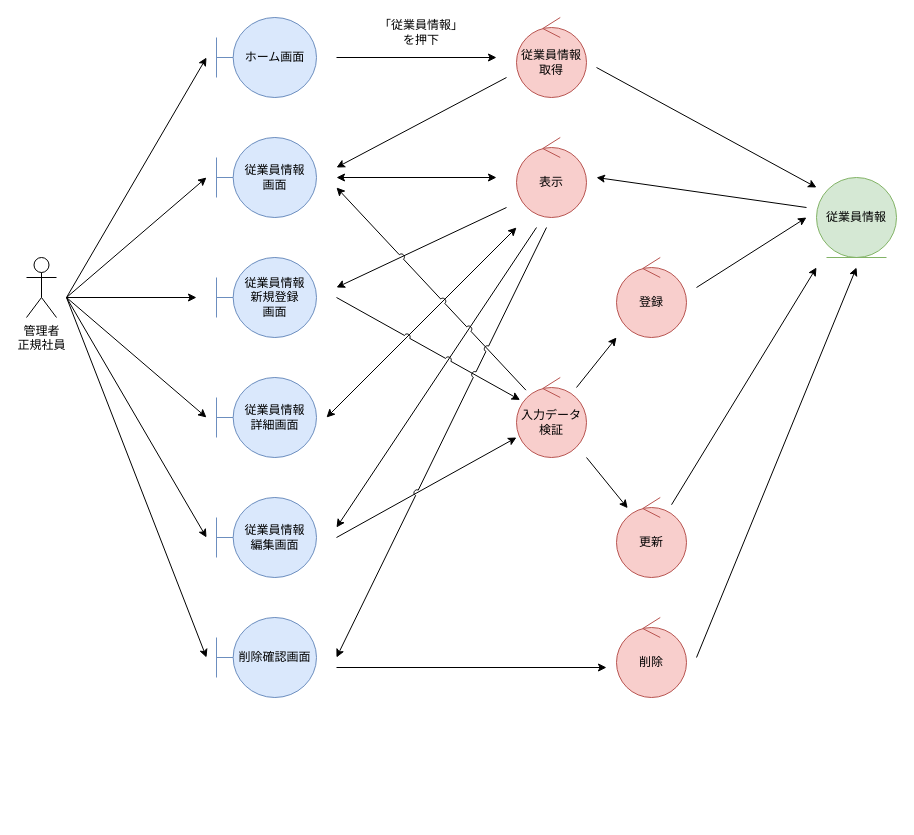
Before: page "従業員情報管理" (1 of 7) of 各種設計書/3ロバストネス図/人事管理/従業員情報管理.drawio in HaruShim/Sotuken, a draw.io diagram. Source tidied: cells renumbered, new cells numbered last; positions are measured from the earlier drawing's top-left corner, leaving out a move shared by most shapes. Both pictures are drawn from the tidied source at 100%, with x=0, y=0 at pixel (26, 17).
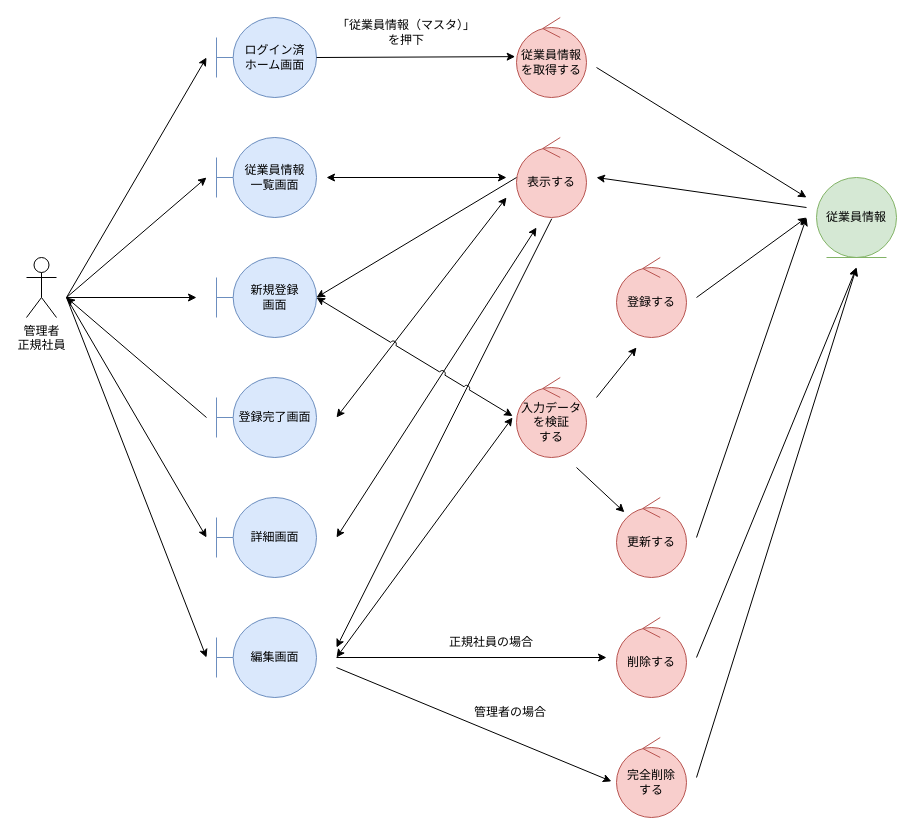
The same page after the edit.

Diff of the diagram source:
```diff
@@
-    <mxCell id="3" value="ホーム画面" style="shape=umlBoundary;whiteSpace=wrap;html=1;fillColor=#dae8fc;strokeColor=#6c8ebf;" parent="1" vertex="1">
+    <mxCell id="3" value="ログイン済&lt;br&gt;ホーム画面" style="shape=umlBoundary;whiteSpace=wrap;html=1;fillColor=#dae8fc;strokeColor=#6c8ebf;" parent="1" vertex="1">
       <mxGeometry x="190" width="100" height="80" as="geometry" />
     </mxCell>
-    <mxCell id="4" value="従業員情報&lt;br&gt;画面" style="shape=umlBoundary;whiteSpace=wrap;html=1;fillColor=#dae8fc;strokeColor=#6c8ebf;" parent="1" vertex="1">
+    <mxCell id="4" value="従業員情報&lt;br&gt;一覧画面" style="shape=umlBoundary;whiteSpace=wrap;html=1;fillColor=#dae8fc;strokeColor=#6c8ebf;" parent="1" vertex="1">
       <mxGeometry x="190" y="120" width="100" height="80" as="geometry" />
     </mxCell>
-    <mxCell id="5" value="従業員情報&lt;br&gt;新規登録&lt;br&gt;画面" style="shape=umlBoundary;whiteSpace=wrap;html=1;fillColor=#dae8fc;strokeColor=#6c8ebf;" parent="1" vertex="1">
+    <mxCell id="5" value="新規登録&lt;br&gt;画面" style="shape=umlBoundary;whiteSpace=wrap;html=1;fillColor=#dae8fc;strokeColor=#6c8ebf;" parent="1" vertex="1">
       <mxGeometry x="190" y="240" width="100" height="80" as="geometry" />
     </mxCell>
-    <mxCell id="6" value="従業員情報取得" style="ellipse;shape=umlControl;whiteSpace=wrap;html=1;fillColor=#f8cecc;strokeColor=#b85450;" parent="1" vertex="1">
+    <mxCell id="6" value="従業員情報&lt;br&gt;を取得する" style="ellipse;shape=umlControl;whiteSpace=wrap;html=1;fillColor=#f8cecc;strokeColor=#b85450;" parent="1" vertex="1">
       <mxGeometry x="490" width="70" height="80" as="geometry" />
     </mxCell>
@@
-    <mxCell id="8" value="表示" style="ellipse;shape=umlControl;whiteSpace=wrap;html=1;fillColor=#f8cecc;strokeColor=#b85450;" parent="1" vertex="1">
+    <mxCell id="8" value="表示する" style="ellipse;shape=umlControl;whiteSpace=wrap;html=1;fillColor=#f8cecc;strokeColor=#b85450;" parent="1" vertex="1">
       <mxGeometry x="490" y="120" width="70" height="80" as="geometry" />
     </mxCell>
-    <mxCell id="9" value="登録" style="ellipse;shape=umlControl;whiteSpace=wrap;html=1;fillColor=#f8cecc;strokeColor=#b85450;" parent="1" vertex="1">
+    <mxCell id="9" value="登録する" style="ellipse;shape=umlControl;whiteSpace=wrap;html=1;fillColor=#f8cecc;strokeColor=#b85450;" parent="1" vertex="1">
       <mxGeometry x="590" y="240" width="70" height="80" as="geometry" />
     </mxCell>
-    <mxCell id="10" value="従業員情報&lt;br&gt;詳細画面" style="shape=umlBoundary;whiteSpace=wrap;html=1;fillColor=#dae8fc;strokeColor=#6c8ebf;" parent="1" vertex="1">
-      <mxGeometry x="190" y="360" width="100" height="80" as="geometry" />
+    <mxCell id="10" value="詳細画面" style="shape=umlBoundary;whiteSpace=wrap;html=1;fillColor=#dae8fc;strokeColor=#6c8ebf;" parent="1" vertex="1">
+      <mxGeometry x="190" y="480" width="100" height="80" as="geometry" />
     </mxCell>
-    <mxCell id="11" value="更新" style="ellipse;shape=umlControl;whiteSpace=wrap;html=1;fillColor=#f8cecc;strokeColor=#b85450;" parent="1" vertex="1">
+    <mxCell id="11" value="更新する" style="ellipse;shape=umlControl;whiteSpace=wrap;html=1;fillColor=#f8cecc;strokeColor=#b85450;" parent="1" vertex="1">
       <mxGeometry x="590" y="480" width="70" height="80" as="geometry" />
     </mxCell>
-    <mxCell id="12" style="endArrow=classic;html=1;rounded=0;" parent="1" edge="1">
-      <mxGeometry relative="1" as="geometry">
-        <mxPoint x="310" y="40" as="sourcePoint" />
-        <mxPoint x="470" y="40" as="targetPoint" />
-      </mxGeometry>
+    <mxCell id="12" style="endArrow=classic;html=1;rounded=0;exitX=1;exitY=0.5;exitDx=0;exitDy=0;exitPerimeter=0;entryX=-0.019;entryY=0.489;entryDx=0;entryDy=0;entryPerimeter=0;" parent="1" edge="1" source="3" target="6">
+      <mxGeometry relative="1" as="geometry" />
     </mxCell>
-    <mxCell id="13" style="endArrow=classic;html=1;rounded=0;" parent="1" edge="1">
+    <mxCell id="13" style="endArrow=classic;html=1;rounded=0;entryX=1;entryY=0.5;entryDx=0;entryDy=0;entryPerimeter=0;" parent="1" edge="1" target="5">
       <mxGeometry relative="1" as="geometry">
-        <mxPoint x="480" y="190" as="sourcePoint" />
-        <mxPoint x="310" y="270" as="targetPoint" />
+        <mxPoint x="490" y="160" as="sourcePoint" />
       </mxGeometry>
     </mxCell>
-    <mxCell id="14" value="従業員情報&lt;br&gt;編集画面" style="shape=umlBoundary;whiteSpace=wrap;html=1;fillColor=#dae8fc;strokeColor=#6c8ebf;" parent="1" vertex="1">
-      <mxGeometry x="190" y="480" width="100" height="80" as="geometry" />
+    <mxCell id="14" value="編集画面" style="shape=umlBoundary;whiteSpace=wrap;html=1;fillColor=#dae8fc;strokeColor=#6c8ebf;" parent="1" vertex="1">
+      <mxGeometry x="190" y="600" width="100" height="80" as="geometry" />
     </mxCell>
-    <mxCell id="15" value="「従業員情報」&lt;br&gt;を押下" style="text;html=1;strokeColor=none;fillColor=none;align=center;verticalAlign=middle;whiteSpace=wrap;rounded=0;" parent="1" vertex="1">
-      <mxGeometry x="350" width="90" height="30" as="geometry" />
+    <mxCell id="15" value="「従業員情報（マスタ）」&lt;br&gt;を押下" style="text;html=1;strokeColor=none;fillColor=none;align=center;verticalAlign=middle;whiteSpace=wrap;rounded=0;" parent="1" vertex="1">
+      <mxGeometry x="300" width="160" height="30" as="geometry" />
     </mxCell>
@@
-    <mxCell id="18" style="endArrow=classic;html=1;rounded=0;" parent="1" edge="1">
+    <mxCell id="18" style="endArrow=none;html=1;rounded=0;startArrow=classic;startFill=1;endFill=0;targetPerimeterSpacing=20;strokeWidth=1;sourcePerimeterSpacing=0;jumpSize=6;" parent="1" edge="1">
       <mxGeometry relative="1" as="geometry">
         <mxPoint x="40" y="280" as="sourcePoint" />
         <mxPoint x="180" y="400" as="targetPoint" />
       </mxGeometry>
     </mxCell>
@@
     <mxCell id="21" style="endArrow=classic;startArrow=classic;html=1;rounded=0;" parent="1" edge="1">
       <mxGeometry relative="1" as="geometry">
-        <mxPoint x="310" y="160" as="sourcePoint" />
-        <mxPoint x="470" y="160" as="targetPoint" />
+        <mxPoint x="300" y="160" as="sourcePoint" />
+        <mxPoint x="480" y="160" as="targetPoint" />
       </mxGeometry>
     </mxCell>
-    <mxCell id="22" style="endArrow=classic;html=1;rounded=0;" parent="1" edge="1">
-      <mxGeometry relative="1" as="geometry">
-        <mxPoint x="480" y="60" as="sourcePoint" />
-        <mxPoint x="310" y="150" as="targetPoint" />
-      </mxGeometry>
-    </mxCell>
-    <mxCell id="23" value="入力データ検証" style="ellipse;shape=umlControl;whiteSpace=wrap;html=1;fillColor=#f8cecc;strokeColor=#b85450;" parent="1" vertex="1">
+    <mxCell id="23" value="入力データを検証&lt;br&gt;する" style="ellipse;shape=umlControl;whiteSpace=wrap;html=1;fillColor=#f8cecc;strokeColor=#b85450;" parent="1" vertex="1">
       <mxGeometry x="490" y="360" width="70" height="80" as="geometry" />
     </mxCell>
-    <mxCell id="24" value="削除" style="ellipse;shape=umlControl;whiteSpace=wrap;html=1;fillColor=#f8cecc;strokeColor=#b85450;" parent="1" vertex="1">
+    <mxCell id="24" value="削除する" style="ellipse;shape=umlControl;whiteSpace=wrap;html=1;fillColor=#f8cecc;strokeColor=#b85450;" parent="1" vertex="1">
       <mxGeometry x="590" y="600" width="70" height="80" as="geometry" />
     </mxCell>
-    <mxCell id="25" style="endArrow=classic;html=1;rounded=0;" parent="1" edge="1">
-      <mxGeometry relative="1" as="geometry">
-        <mxPoint x="550" y="370" as="sourcePoint" />
-        <mxPoint x="590" y="320" as="targetPoint" />
-      </mxGeometry>
-    </mxCell>
-    <mxCell id="26" style="endArrow=classic;html=1;rounded=0;entryX=0;entryY=0.75;entryDx=0;entryDy=0;entryPerimeter=0;" parent="1" edge="1" target="23">
-      <mxGeometry relative="1" as="geometry">
-        <mxPoint x="310" y="520" as="sourcePoint" />
-      </mxGeometry>
-    </mxCell>
-    <mxCell id="27" style="endArrow=classic;html=1;rounded=0;" parent="1" edge="1" target="11">
-      <mxGeometry relative="1" as="geometry">
-        <mxPoint x="560" y="440" as="sourcePoint" />
-      </mxGeometry>
-    </mxCell>
-    <mxCell id="28" style="endArrow=classic;html=1;rounded=0;" parent="1" edge="1">
-      <mxGeometry relative="1" as="geometry">
-        <mxPoint x="670" y="270" as="sourcePoint" />
-        <mxPoint x="780" y="200" as="targetPoint" />
-      </mxGeometry>
-    </mxCell>
-    <mxCell id="29" style="endArrow=classic;html=1;rounded=0;" parent="1" edge="1" source="11">
-      <mxGeometry relative="1" as="geometry">
-        <mxPoint x="790" y="250" as="targetPoint" />
-      </mxGeometry>
-    </mxCell>
-    <mxCell id="30" style="endArrow=classic;html=1;rounded=0;" parent="1" edge="1">
-      <mxGeometry relative="1" as="geometry">
-        <mxPoint x="670" y="640" as="sourcePoint" />
-        <mxPoint x="830" y="250" as="targetPoint" />
-      </mxGeometry>
-    </mxCell>
     <mxCell id="31" style="endArrow=classic;html=1;rounded=0;" parent="1" edge="1">
       <mxGeometry relative="1" as="geometry">
         <mxPoint x="570" y="50" as="sourcePoint" />
-        <mxPoint x="790" y="170" as="targetPoint" />
+        <mxPoint x="780" y="180" as="targetPoint" />
       </mxGeometry>
     </mxCell>
-    <mxCell id="32" style="endArrow=classic;html=1;rounded=0;jumpStyle=none;" parent="1" edge="1">
-      <mxGeometry relative="1" as="geometry">
-        <mxPoint x="510" y="210" as="sourcePoint" />
-        <mxPoint x="310" y="510" as="targetPoint" />
-      </mxGeometry>
-    </mxCell>
-    <mxCell id="33" style="endArrow=classic;startArrow=classic;html=1;rounded=0;jumpStyle=none;" parent="1" edge="1">
-      <mxGeometry relative="1" as="geometry">
-        <mxPoint x="300" y="400" as="sourcePoint" />
-        <mxPoint x="490" y="210" as="targetPoint" />
-      </mxGeometry>
-    </mxCell>
-    <mxCell id="34" style="endArrow=classic;html=1;rounded=0;jumpStyle=arc;" parent="1" edge="1" source="23">
-      <mxGeometry relative="1" as="geometry">
-        <mxPoint x="310" y="170" as="targetPoint" />
-      </mxGeometry>
-    </mxCell>
@@
-    <mxCell id="36" style="endArrow=classic;html=1;rounded=0;jumpStyle=arc;" parent="1" edge="1" target="23">
-      <mxGeometry relative="1" as="geometry">
-        <mxPoint x="310" y="280" as="sourcePoint" />
-      </mxGeometry>
-    </mxCell>
-    <mxCell id="37" style="endArrow=classic;html=1;rounded=0;jumpStyle=arc;" parent="1" edge="1">
-      <mxGeometry relative="1" as="geometry">
-        <mxPoint x="520" y="210" as="sourcePoint" />
-        <mxPoint x="310" y="640" as="targetPoint" />
-      </mxGeometry>
-    </mxCell>
-    <mxCell id="38" value="削除確認画面" style="shape=umlBoundary;whiteSpace=wrap;html=1;fillColor=#dae8fc;strokeColor=#6c8ebf;" parent="1" vertex="1">
-      <mxGeometry x="190" y="600" width="100" height="80" as="geometry" />
+    <mxCell id="38" value="登録完了画面" style="shape=umlBoundary;whiteSpace=wrap;html=1;fillColor=#dae8fc;strokeColor=#6c8ebf;" parent="1" vertex="1">
+      <mxGeometry x="190" y="360" width="100" height="80" as="geometry" />
     </mxCell>
-    <mxCell id="39" style="endArrow=classic;html=1;rounded=0;" parent="1" edge="1">
-      <mxGeometry relative="1" as="geometry">
-        <mxPoint x="310" y="650" as="sourcePoint" />
-        <mxPoint x="580" y="650" as="targetPoint" />
-      </mxGeometry>
-    </mxCell>
@@
+    <mxCell id="41" style="endArrow=classic;html=1;rounded=0;" parent="1" edge="1">
+      <mxGeometry relative="1" as="geometry">
+        <mxPoint x="570" y="380" as="sourcePoint" />
+        <mxPoint x="610" y="330" as="targetPoint" />
+      </mxGeometry>
+    </mxCell>
+    <mxCell id="42" style="endArrow=classic;html=1;rounded=0;" parent="1" edge="1">
+      <mxGeometry relative="1" as="geometry">
+        <mxPoint x="670" y="280" as="sourcePoint" />
+        <mxPoint x="780" y="200" as="targetPoint" />
+      </mxGeometry>
+    </mxCell>
+    <mxCell id="43" style="endArrow=classic;startArrow=classic;html=1;rounded=0;" parent="1" edge="1">
+      <mxGeometry relative="1" as="geometry">
+        <mxPoint x="310" y="400" as="sourcePoint" />
+        <mxPoint x="480" y="180" as="targetPoint" />
+      </mxGeometry>
+    </mxCell>
+    <mxCell id="44" style="endArrow=classic;startArrow=classic;html=1;rounded=0;" parent="1" edge="1">
+      <mxGeometry relative="1" as="geometry">
+        <mxPoint x="310" y="520" as="sourcePoint" />
+        <mxPoint x="510" y="210" as="targetPoint" />
+      </mxGeometry>
+    </mxCell>
+    <mxCell id="45" style="endArrow=classic;html=1;rounded=0;exitX=0.504;exitY=1.015;exitDx=0;exitDy=0;exitPerimeter=0;" parent="1" edge="1" source="8">
+      <mxGeometry relative="1" as="geometry">
+        <mxPoint x="310" y="630" as="targetPoint" />
+      </mxGeometry>
+    </mxCell>
+    <mxCell id="46" style="endArrow=classic;html=1;rounded=0;entryX=-0.057;entryY=0.5;entryDx=0;entryDy=0;entryPerimeter=0;startArrow=classic;startFill=1;" parent="1" edge="1" target="23">
+      <mxGeometry relative="1" as="geometry">
+        <mxPoint x="310" y="640" as="sourcePoint" />
+      </mxGeometry>
+    </mxCell>
+    <mxCell id="47" style="endArrow=classic;html=1;rounded=0;" parent="1" edge="1" target="11">
+      <mxGeometry relative="1" as="geometry">
+        <mxPoint x="550" y="450" as="sourcePoint" />
+      </mxGeometry>
+    </mxCell>
+    <mxCell id="48" style="endArrow=classic;html=1;rounded=0;" parent="1" edge="1">
+      <mxGeometry relative="1" as="geometry">
+        <mxPoint x="670" y="520" as="sourcePoint" />
+        <mxPoint x="780" y="200" as="targetPoint" />
+      </mxGeometry>
+    </mxCell>
+    <mxCell id="49" value="完全削除&lt;br&gt;する" style="ellipse;shape=umlControl;whiteSpace=wrap;html=1;fillColor=#f8cecc;strokeColor=#b85450;" parent="1" vertex="1">
+      <mxGeometry x="590" y="720" width="70" height="80" as="geometry" />
+    </mxCell>
+    <mxCell id="50" style="endArrow=classic;html=1;rounded=0;" parent="1" edge="1">
+      <mxGeometry relative="1" as="geometry">
+        <mxPoint x="310" y="640" as="sourcePoint" />
+        <mxPoint x="580" y="640" as="targetPoint" />
+      </mxGeometry>
+    </mxCell>
+    <mxCell id="51" style="endArrow=classic;html=1;rounded=0;entryX=-0.073;entryY=0.548;entryDx=0;entryDy=0;entryPerimeter=0;" parent="1" edge="1" target="49">
+      <mxGeometry relative="1" as="geometry">
+        <mxPoint x="310" y="650" as="sourcePoint" />
+      </mxGeometry>
+    </mxCell>
+    <mxCell id="52" value="正規社員の場合" style="text;html=1;strokeColor=none;fillColor=none;align=center;verticalAlign=middle;whiteSpace=wrap;rounded=0;" parent="1" vertex="1">
+      <mxGeometry x="410" y="610" width="110" height="30" as="geometry" />
+    </mxCell>
+    <mxCell id="53" value="管理者の場合" style="text;html=1;strokeColor=none;fillColor=none;align=center;verticalAlign=middle;whiteSpace=wrap;rounded=0;" parent="1" vertex="1">
+      <mxGeometry x="429" y="680" width="110" height="30" as="geometry" />
+    </mxCell>
+    <mxCell id="54" style="endArrow=classic;html=1;rounded=0;" parent="1" edge="1">
+      <mxGeometry relative="1" as="geometry">
+        <mxPoint x="670" y="640" as="sourcePoint" />
+        <mxPoint x="830" y="250" as="targetPoint" />
+      </mxGeometry>
+    </mxCell>
+    <mxCell id="55" style="endArrow=classic;html=1;rounded=0;" parent="1" edge="1">
+      <mxGeometry relative="1" as="geometry">
+        <mxPoint x="670" y="760" as="sourcePoint" />
+        <mxPoint x="830" y="250" as="targetPoint" />
+      </mxGeometry>
+    </mxCell>
+    <mxCell id="56" style="endArrow=classic;html=1;rounded=0;entryX=-0.056;entryY=0.482;entryDx=0;entryDy=0;entryPerimeter=0;jumpStyle=arc;startArrow=classic;startFill=1;" parent="1" edge="1" target="23">
+      <mxGeometry relative="1" as="geometry">
+        <mxPoint x="290" y="280" as="sourcePoint" />
+      </mxGeometry>
+    </mxCell>
```
